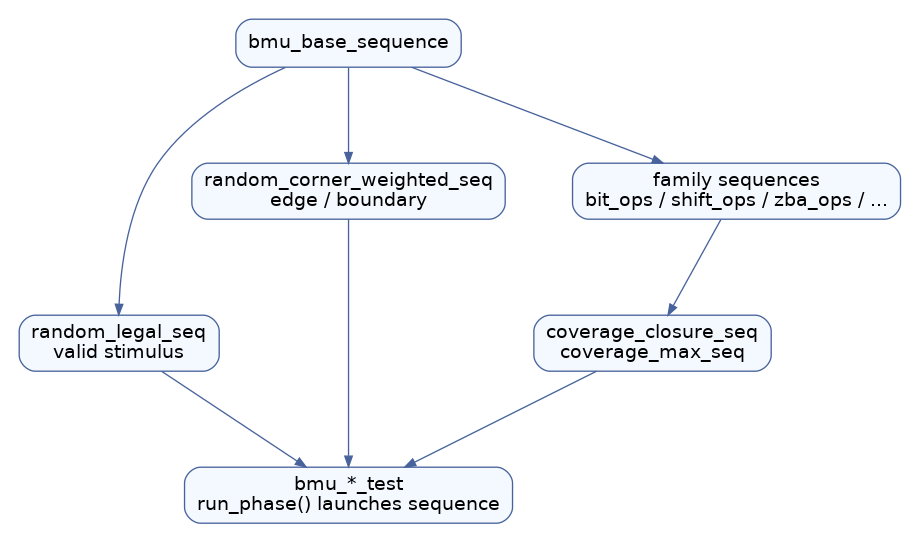
The Graphviz diagram docs/06_architecture_diagrams/bmu_sequence_hierarchy.png in JHT127/riscv-bmu-verification, before a commit. Its source is kept beside it as docs/06_architecture_diagrams/bmu_sequence_hierarchy.dot.
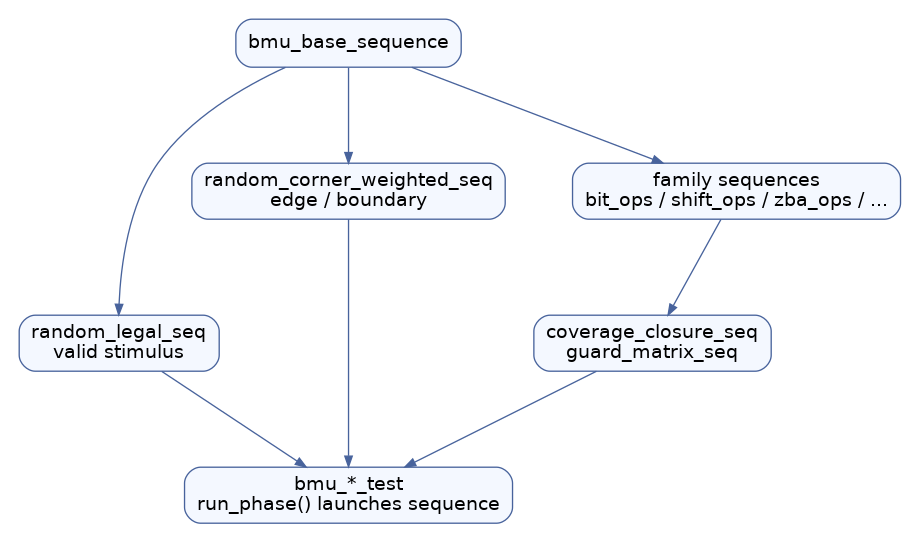
Later version of the same file.

Commit message:
align coverage and sequence diagrams with the submitted tests

What changed in the source:
```diff
@@ -18,7 +18,7 @@
         family [label="family sequences
 bit_ops / shift_ops / zba_ops / ..."];
         smoke [label="coverage_closure_seq
-coverage_max_seq"];
+guard_matrix_seq"];
         test [label="bmu_*_test
 run_phase() launches sequence"];
 
```
